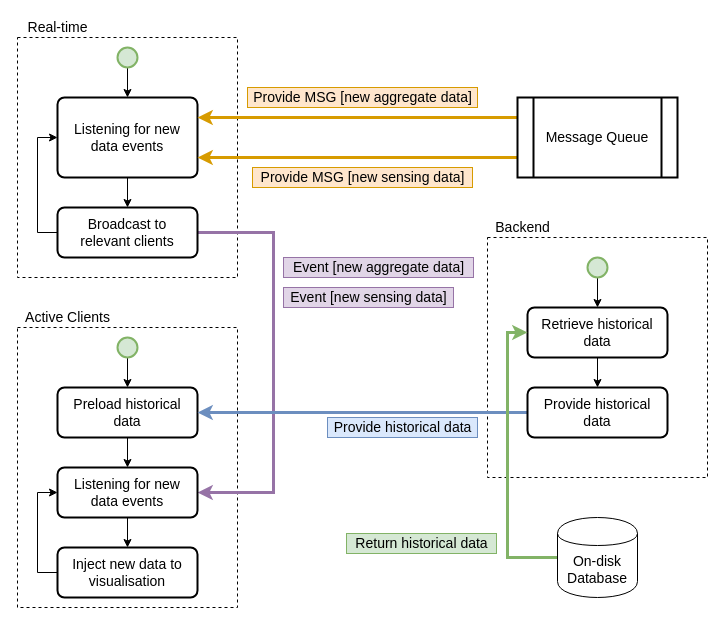
The draw.io diagram drawios/c4-monitoring.drawio in Zachaccino/Thesis-Paper, before the edit. Source tidied: cells renumbered, new cells numbered last; positions are measured from the earlier drawing's top-left corner, leaving out a move shared by most shapes. Both pictures are drawn from the tidied source at 100%, with x=0, y=0 at pixel (17, 17).
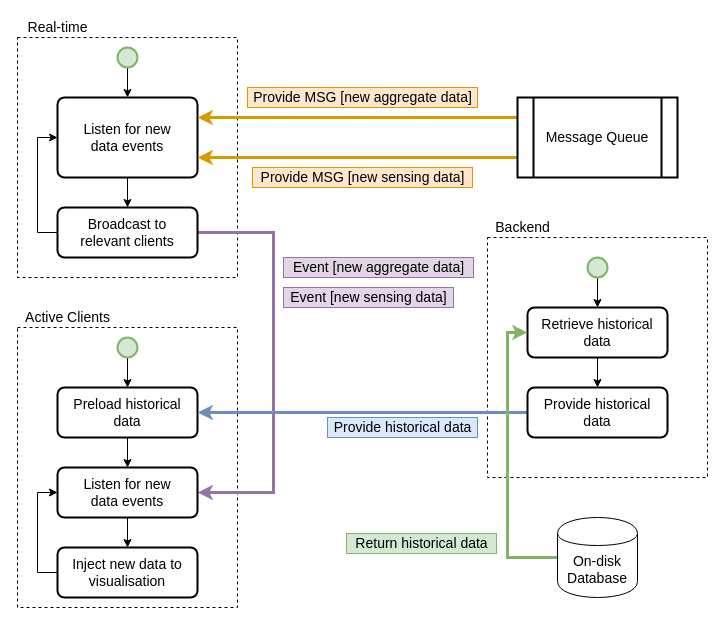
The same page after the edit.

The edit, as a diff of the source:
```diff
@@
-    <mxCell id="8" value="Listening for new&lt;br&gt;data events" style="rounded=1;whiteSpace=wrap;html=1;absoluteArcSize=1;arcSize=14;strokeWidth=2;fontSize=14;" parent="1" vertex="1">
+    <mxCell id="8" value="Listen for new&lt;br&gt;data events" style="rounded=1;whiteSpace=wrap;html=1;absoluteArcSize=1;arcSize=14;strokeWidth=2;fontSize=14;" parent="1" vertex="1">
       <mxGeometry x="40" y="80" width="140" height="80" as="geometry" />
     </mxCell>
@@
-    <mxCell id="17" value="Listening for new&lt;br&gt;data events" style="rounded=1;whiteSpace=wrap;html=1;absoluteArcSize=1;arcSize=14;strokeWidth=2;fontSize=14;" parent="1" vertex="1">
+    <mxCell id="17" value="Listen for new&lt;br&gt;data events" style="rounded=1;whiteSpace=wrap;html=1;absoluteArcSize=1;arcSize=14;strokeWidth=2;fontSize=14;" parent="1" vertex="1">
       <mxGeometry x="40" y="450" width="140" height="50" as="geometry" />
     </mxCell>
```
